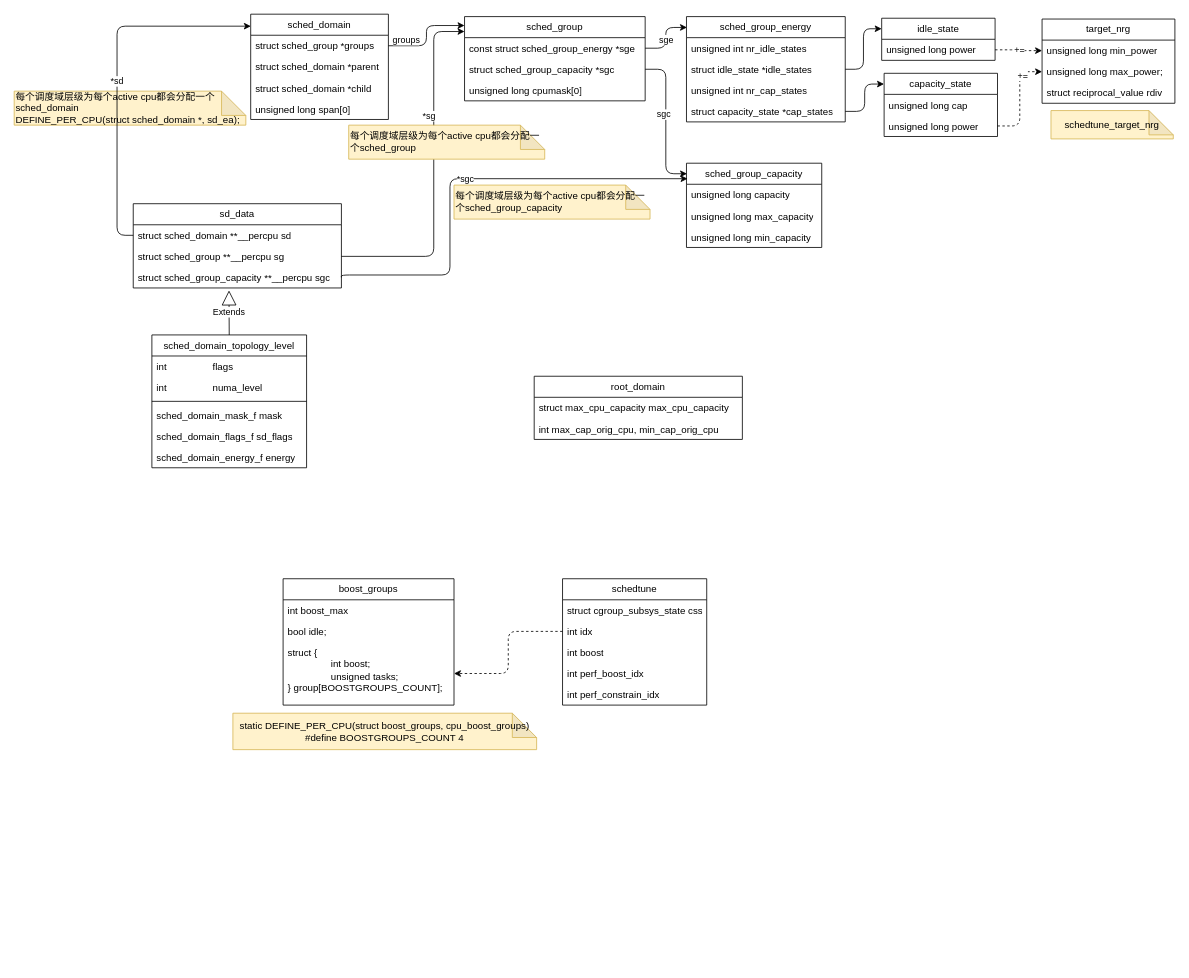
jasonactions/graph keeps this draw.io diagram as schedtune.drawio. Above is the earlier version. Source tidied: cells renumbered, new cells numbered last; positions are measured from the earlier drawing's top-left corner, leaving out a move shared by most shapes. Both pictures are drawn from the tidied source at 81%, with x=0, y=0 at pixel (14, 14).
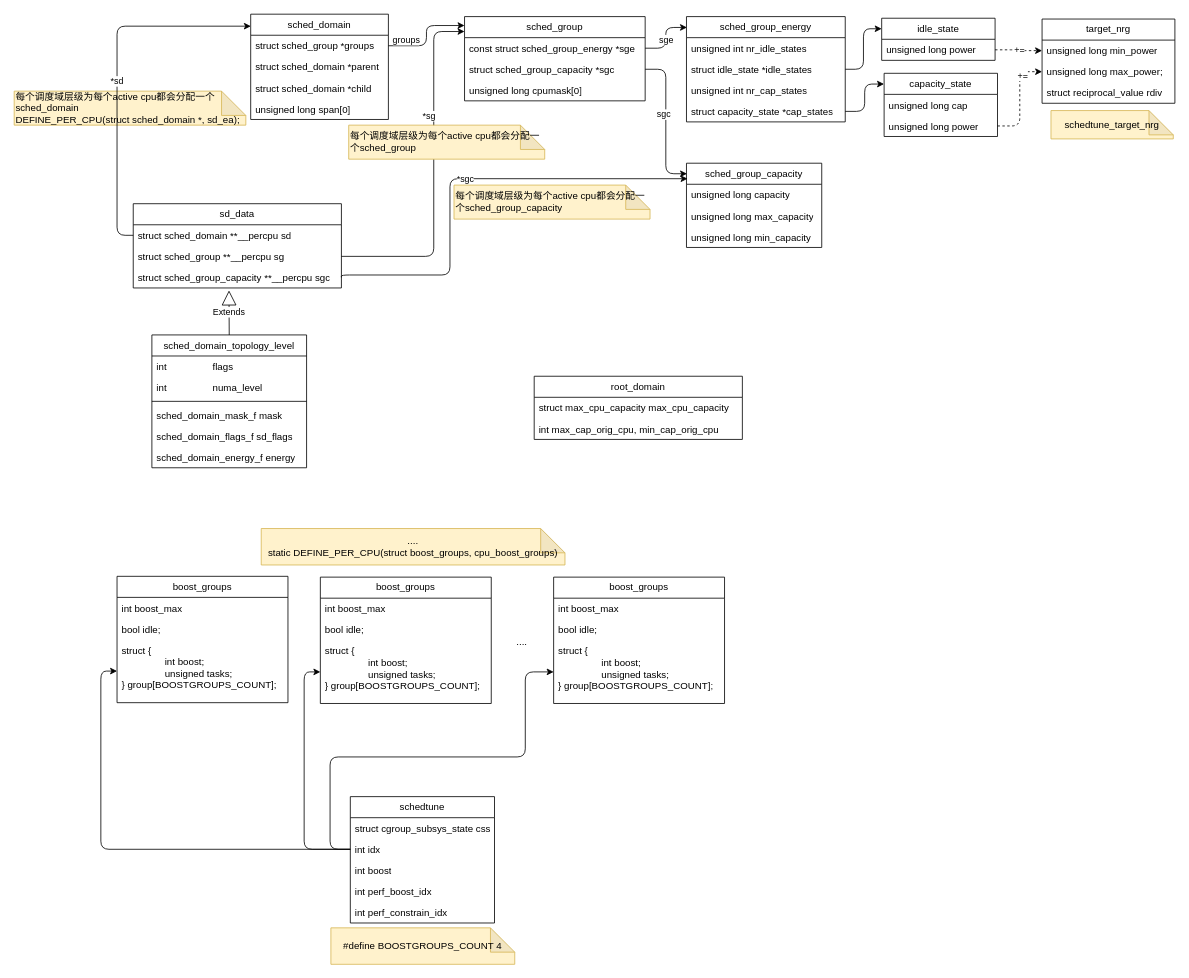
Above is the later version.

The change refers to these unchanged cells:
```xml
<mxCell id="20" value="&lt;div&gt;struct {&lt;/div&gt;&lt;div&gt;&lt;span style=&quot;background-color: initial;&quot;&gt;&amp;nbsp; &amp;nbsp; &amp;nbsp; &amp;nbsp; &amp;nbsp; &amp;nbsp; &amp;nbsp; &amp;nbsp; int boost;&lt;/span&gt;&lt;br&gt;&lt;/div&gt;&lt;div&gt;&lt;span style=&quot;background-color: initial;&quot;&gt;&amp;nbsp; &amp;nbsp; &amp;nbsp; &amp;nbsp; &amp;nbsp; &amp;nbsp; &amp;nbsp; &amp;nbsp; unsigned tasks;&lt;/span&gt;&lt;/div&gt;&lt;div&gt;&lt;span style=&quot;background-color: initial;&quot;&gt;} group[BOOSTGROUPS_COUNT];&lt;/span&gt;&lt;/div&gt;" style="text;strokeColor=none;fillColor=none;align=left;verticalAlign=top;spacingLeft=4;spacingRight=4;overflow=hidden;points=[[0,0.5],[1,0.5]];portConstraint=eastwest;whiteSpace=wrap;html=1;" parent="17" vertex="1">
  <mxGeometry y="78" width="211" height="78" as="geometry" />
</mxCell>
<mxCell id="23" value="int idx" style="text;strokeColor=none;fillColor=none;align=left;verticalAlign=top;spacingLeft=4;spacingRight=4;overflow=hidden;points=[[0,0.5],[1,0.5]];portConstraint=eastwest;whiteSpace=wrap;html=1;" parent="21" vertex="1">
  <mxGeometry y="52" width="178" height="26" as="geometry" />
</mxCell>
```

The edit, as a diff of the source:
```diff
@@
     <mxCell id="17" value="boost_groups" style="swimlane;fontStyle=0;horizontal=1;startSize=26;fillColor=none;whiteSpace=wrap;html=1;" parent="1" vertex="1">
-      <mxGeometry x="332" y="697" width="211" height="156" as="geometry" />
+      <mxGeometry x="127" y="694" width="211" height="156" as="geometry" />
     </mxCell>
@@
     <mxCell id="21" value="schedtune" style="swimlane;fontStyle=0;horizontal=1;startSize=26;fillColor=none;whiteSpace=wrap;html=1;" parent="1" vertex="1">
-      <mxGeometry x="677" y="697" width="178" height="156" as="geometry" />
+      <mxGeometry x="415" y="966" width="178" height="156" as="geometry" />
     </mxCell>
@@
-    <mxCell id="27" value="static DEFINE_PER_CPU(struct boost_groups, cpu_boost_groups)&lt;div&gt;#define BOOSTGROUPS_COUNT 4&lt;br&gt;&lt;/div&gt;" style="shape=note;whiteSpace=wrap;html=1;backgroundOutline=1;darkOpacity=0.05;fillColor=#fff2cc;strokeColor=#d6b656;" parent="1" vertex="1">
-      <mxGeometry x="270" y="863" width="375" height="45" as="geometry" />
+    <mxCell id="27" value="&lt;div&gt;....&lt;/div&gt;static DEFINE_PER_CPU(struct boost_groups, cpu_boost_groups)" style="shape=note;whiteSpace=wrap;html=1;backgroundOutline=1;darkOpacity=0.05;fillColor=#fff2cc;strokeColor=#d6b656;" parent="1" vertex="1">
+      <mxGeometry x="305" y="635" width="375" height="45" as="geometry" />
     </mxCell>
-    <mxCell id="28" style="edgeStyle=orthogonalEdgeStyle;rounded=1;jettySize=auto;html=1;entryX=1;entryY=0.5;entryDx=0;entryDy=0;curved=0;dashed=1;" parent="1" edge="1" source="23" target="20">
-      <mxGeometry relative="1" as="geometry" />
-    </mxCell>
@@
+    <mxCell id="78" value="boost_groups" style="swimlane;fontStyle=0;horizontal=1;startSize=26;fillColor=none;whiteSpace=wrap;html=1;" parent="1" vertex="1">
+      <mxGeometry x="378" y="695" width="211" height="156" as="geometry" />
+    </mxCell>
+    <mxCell id="79" value="int boost_max" style="text;strokeColor=none;fillColor=none;align=left;verticalAlign=top;spacingLeft=4;spacingRight=4;overflow=hidden;whiteSpace=wrap;html=1;" parent="78" vertex="1">
+      <mxGeometry y="26" width="211" height="26" as="geometry" />
+    </mxCell>
+    <mxCell id="80" value="bool idle;" style="text;strokeColor=none;fillColor=none;align=left;verticalAlign=top;spacingLeft=4;spacingRight=4;overflow=hidden;whiteSpace=wrap;html=1;" parent="78" vertex="1">
+      <mxGeometry y="52" width="211" height="26" as="geometry" />
+    </mxCell>
+    <mxCell id="81" value="&lt;div&gt;struct {&lt;/div&gt;&lt;div&gt;&lt;span style=&quot;background-color: initial;&quot;&gt;&amp;nbsp; &amp;nbsp; &amp;nbsp; &amp;nbsp; &amp;nbsp; &amp;nbsp; &amp;nbsp; &amp;nbsp; int boost;&lt;/span&gt;&lt;br&gt;&lt;/div&gt;&lt;div&gt;&lt;span style=&quot;background-color: initial;&quot;&gt;&amp;nbsp; &amp;nbsp; &amp;nbsp; &amp;nbsp; &amp;nbsp; &amp;nbsp; &amp;nbsp; &amp;nbsp; unsigned tasks;&lt;/span&gt;&lt;/div&gt;&lt;div&gt;&lt;span style=&quot;background-color: initial;&quot;&gt;} group[BOOSTGROUPS_COUNT];&lt;/span&gt;&lt;/div&gt;" style="text;strokeColor=none;fillColor=none;align=left;verticalAlign=top;spacingLeft=4;spacingRight=4;overflow=hidden;points=[[0,0.5],[1,0.5]];portConstraint=eastwest;whiteSpace=wrap;html=1;" parent="78" vertex="1">
+      <mxGeometry y="78" width="211" height="78" as="geometry" />
+    </mxCell>
+    <mxCell id="82" value="boost_groups" style="swimlane;fontStyle=0;horizontal=1;startSize=26;fillColor=none;whiteSpace=wrap;html=1;" parent="1" vertex="1">
+      <mxGeometry x="666" y="695" width="211" height="156" as="geometry" />
+    </mxCell>
+    <mxCell id="83" value="int boost_max" style="text;strokeColor=none;fillColor=none;align=left;verticalAlign=top;spacingLeft=4;spacingRight=4;overflow=hidden;whiteSpace=wrap;html=1;" parent="82" vertex="1">
+      <mxGeometry y="26" width="211" height="26" as="geometry" />
+    </mxCell>
+    <mxCell id="84" value="bool idle;" style="text;strokeColor=none;fillColor=none;align=left;verticalAlign=top;spacingLeft=4;spacingRight=4;overflow=hidden;whiteSpace=wrap;html=1;" parent="82" vertex="1">
+      <mxGeometry y="52" width="211" height="26" as="geometry" />
+    </mxCell>
+    <mxCell id="85" value="&lt;div&gt;struct {&lt;/div&gt;&lt;div&gt;&lt;span style=&quot;background-color: initial;&quot;&gt;&amp;nbsp; &amp;nbsp; &amp;nbsp; &amp;nbsp; &amp;nbsp; &amp;nbsp; &amp;nbsp; &amp;nbsp; int boost;&lt;/span&gt;&lt;br&gt;&lt;/div&gt;&lt;div&gt;&lt;span style=&quot;background-color: initial;&quot;&gt;&amp;nbsp; &amp;nbsp; &amp;nbsp; &amp;nbsp; &amp;nbsp; &amp;nbsp; &amp;nbsp; &amp;nbsp; unsigned tasks;&lt;/span&gt;&lt;/div&gt;&lt;div&gt;&lt;span style=&quot;background-color: initial;&quot;&gt;} group[BOOSTGROUPS_COUNT];&lt;/span&gt;&lt;/div&gt;" style="text;strokeColor=none;fillColor=none;align=left;verticalAlign=top;spacingLeft=4;spacingRight=4;overflow=hidden;points=[[0,0.5],[1,0.5]];portConstraint=eastwest;whiteSpace=wrap;html=1;" parent="82" vertex="1">
+      <mxGeometry y="78" width="211" height="78" as="geometry" />
+    </mxCell>
+    <mxCell id="86" value="&lt;div&gt;#define BOOSTGROUPS_COUNT 4&lt;br&gt;&lt;/div&gt;" style="shape=note;whiteSpace=wrap;html=1;backgroundOutline=1;darkOpacity=0.05;fillColor=#fff2cc;strokeColor=#d6b656;" parent="1" vertex="1">
+      <mxGeometry x="391" y="1128" width="227" height="45" as="geometry" />
+    </mxCell>
+    <mxCell id="87" value="...." style="text;html=1;align=center;verticalAlign=middle;whiteSpace=wrap;rounded=0;" parent="1" vertex="1">
+      <mxGeometry x="597" y="760" width="60" height="30" as="geometry" />
+    </mxCell>
+    <mxCell id="28" style="edgeStyle=orthogonalEdgeStyle;rounded=1;jettySize=auto;html=1;entryX=0;entryY=0.5;entryDx=0;entryDy=0;curved=0;" parent="1" edge="1" source="23" target="20">
+      <mxGeometry relative="1" as="geometry" />
+    </mxCell>
+    <mxCell id="88" style="edgeStyle=orthogonalEdgeStyle;rounded=1;jettySize=auto;html=1;entryX=0;entryY=0.5;entryDx=0;entryDy=0;curved=0;exitX=0;exitY=0.5;exitDx=0;exitDy=0;" parent="1" edge="1" source="23" target="85">
+      <mxGeometry relative="1" as="geometry">
+        <Array as="points">
+          <mxPoint x="390" y="1031" />
+          <mxPoint x="390" y="917" />
+          <mxPoint x="631" y="917" />
+          <mxPoint x="631" y="812" />
+        </Array>
+      </mxGeometry>
+    </mxCell>
+    <mxCell id="89" style="edgeStyle=orthogonalEdgeStyle;rounded=1;jettySize=auto;html=1;entryX=0;entryY=0.5;entryDx=0;entryDy=0;curved=0;" parent="1" edge="1" source="23" target="81">
+      <mxGeometry relative="1" as="geometry" />
+    </mxCell>
```
